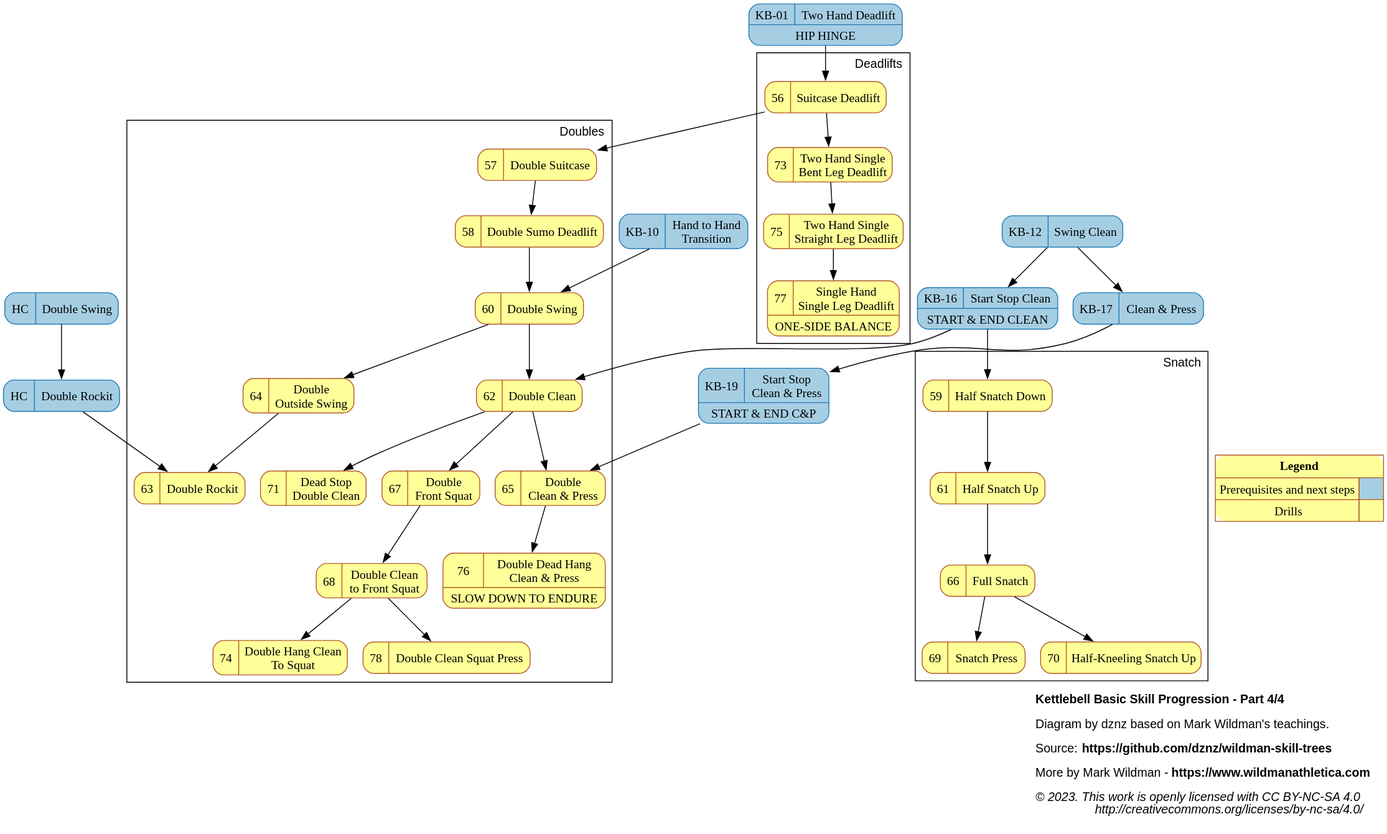
Earlier version of the PlantUML export dist/kb_progression_4.svg (dznz/wildman-skill-trees). Its source is kept beside it as src/kb/kb_progression_4.puml.
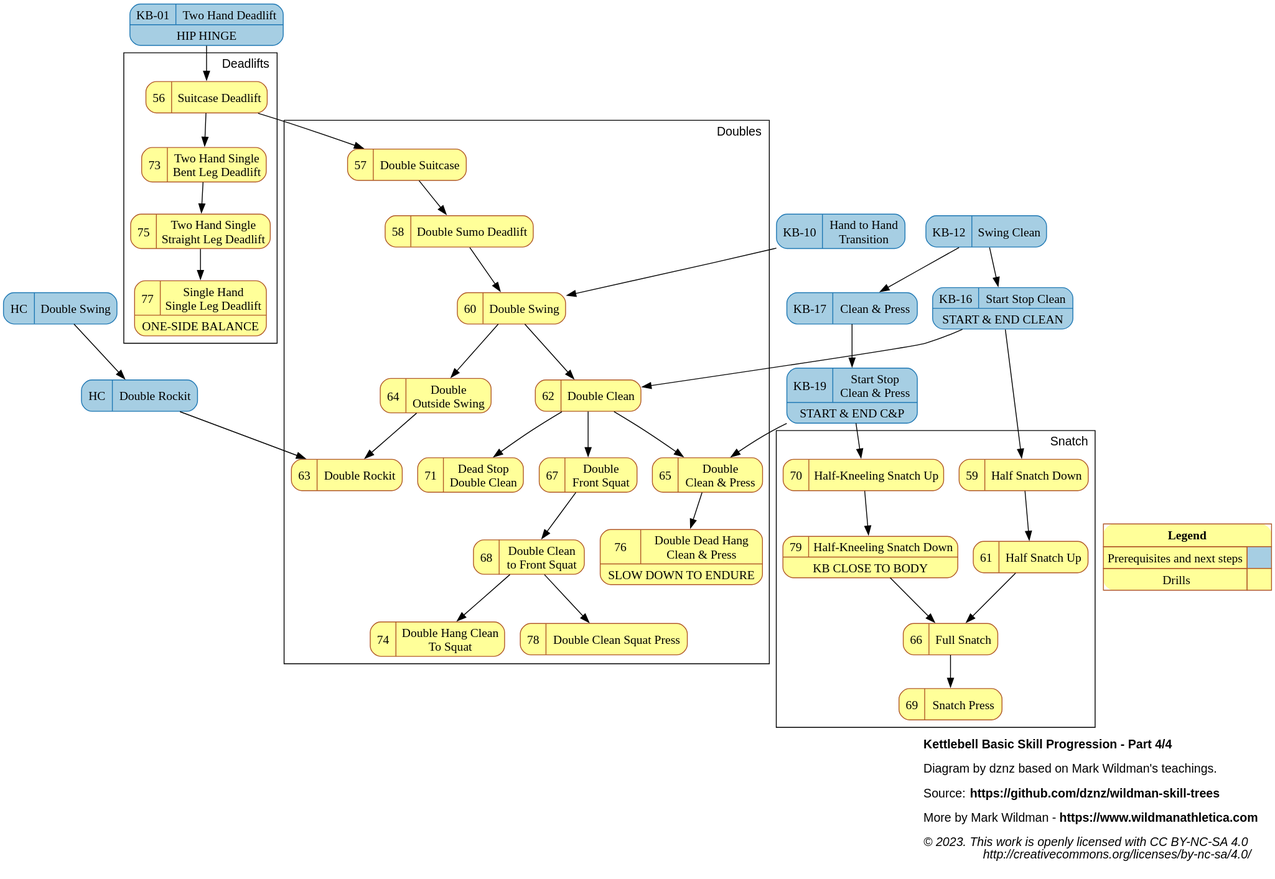
After the change.

Diff of the diagram source:
```diff
@@ -57,6 +57,7 @@
   mov_76_dblhangcap         [label="{{76|Double Dead Hang\nClean & Press}|SLOW DOWN TO ENDURE}" URL="https://www.youtube.com/watch?v=ieDA4V9WGNQ"];
   mov_77_shsldl             [label="{{77|Single Hand\nSingle Leg Deadlift}|ONE-SIDE BALANCE}"   URL="https://www.youtube.com/watch?v=1K4hgXfUinU"];
   mov_78_dblcleansqpress    [label="{{78|Double Clean Squat Press}}"                            URL="https://www.youtube.com/watch?v=fWPDPBliCEk"];
+  mov_79_kneelsnatchdown    [label="{{79|Half-Kneeling Snatch Down}|KB CLOSE TO BODY}"          URL="https://www.youtube.com/watch?v=okO-7womT5Q"];
 
   // Precursor dependencies
   ext_hc_dblswing -> ext_hc_dblrockit;
@@ -102,9 +103,9 @@
     label="Snatch"
     mov_59_halfsnatchdown -> mov_61_halfsnatchup -> mov_66_snatch;
     mov_66_snatch -> mov_69_snatchpress;
-    mov_66_snatch -> mov_70_kneelsnatchup;
+    mov_70_kneelsnatchup -> mov_79_kneelsnatchdown -> mov_66_snatch
   }
-
+  mov_19_startstopcap -> mov_70_kneelsnatchup;
 
   { rank = sink;
     Legend [shape=none, margin=0, label=<
```
